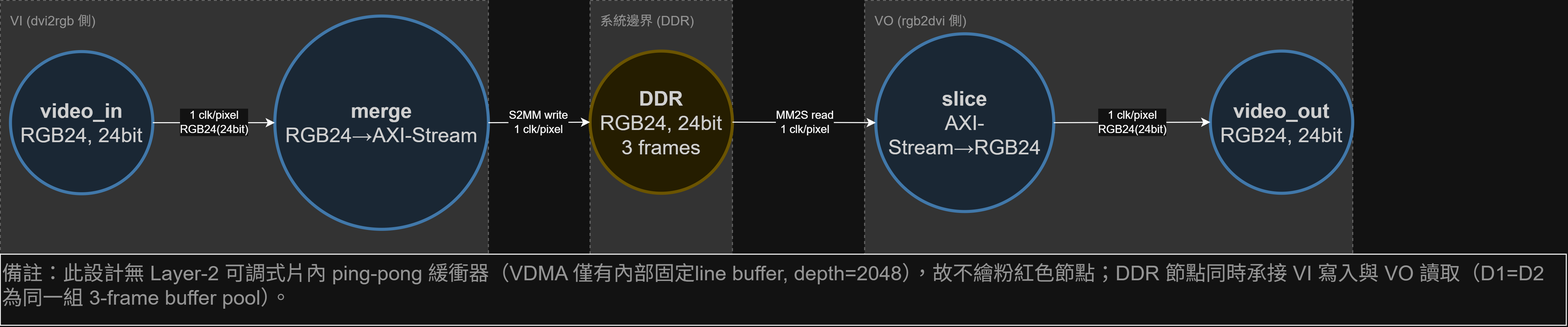
The draw.io diagram hdmi-in/image/AOV-A_直接顯示模式.drawio.png in c111185103-alt/VI-IP-VO, before a commit. Source tidied: cells renumbered, new cells last; positions are measured from the earlier drawing's top-left corner, leaving out a move shared by most shapes.
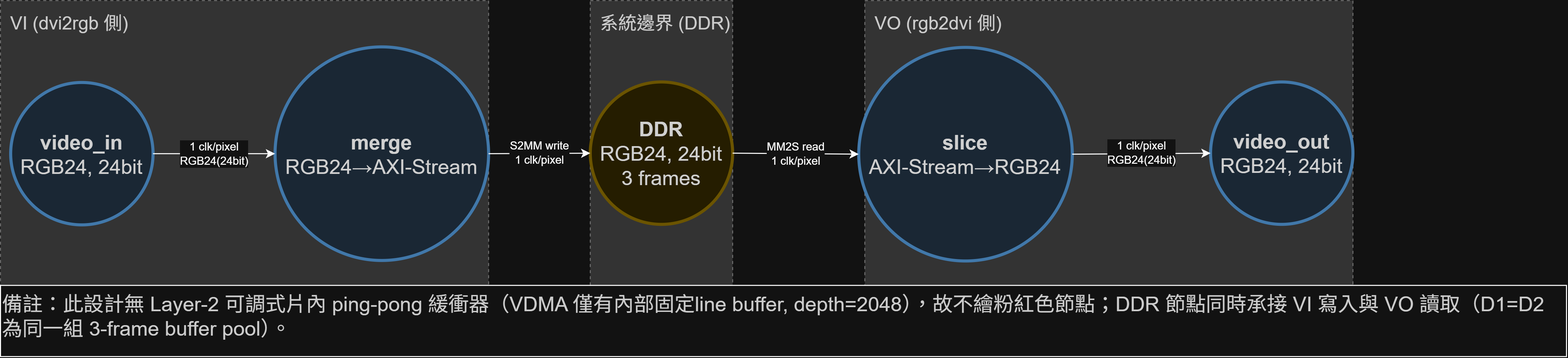
Above is the later version.

What changed in the source:
```diff
@@ -2,14 +2,14 @@
   <root>
     <mxCell id="0" />
     <mxCell id="1" parent="0" />
-    <mxCell id="2" value="VI (dvi2rgb 側)" style="whiteSpace=wrap;html=1;verticalAlign=top;align=left;dashed=1;strokeColor=#999999;fontColor=#666666;fontSize=13;spacingLeft=8;spacingTop=6;fillColor=light-dark(#FFFFFF,#333333);" parent="1" vertex="1">
-      <mxGeometry width="480" height="300" as="geometry" />
+    <mxCell id="2" value="&lt;font style=&quot;font-size: 18px; color: light-dark(rgb(0, 0, 0), rgb(204, 204, 204));&quot;&gt;VI (dvi2rgb 側)&lt;/font&gt;" style="whiteSpace=wrap;html=1;verticalAlign=top;align=left;dashed=1;strokeColor=#999999;fontColor=#666666;fontSize=13;spacingLeft=8;spacingTop=6;fillColor=light-dark(#FFFFFF,#333333);" parent="1" vertex="1">
+      <mxGeometry y="-30" width="480" height="330" as="geometry" />
     </mxCell>
-    <mxCell id="3" value="系統邊界 (DDR)" style="whiteSpace=wrap;html=1;verticalAlign=top;align=left;dashed=1;strokeColor=#999999;fontColor=#666666;fontSize=13;spacingLeft=8;spacingTop=6;fillColor=light-dark(#FFFFFF,#333333);" parent="1" vertex="1">
-      <mxGeometry x="580" width="140" height="300" as="geometry" />
+    <mxCell id="3" value="&lt;font style=&quot;font-size: 18px; color: light-dark(rgb(0, 0, 0), rgb(204, 204, 204));&quot;&gt;系統邊界 (DDR)&lt;/font&gt;" style="whiteSpace=wrap;html=1;verticalAlign=top;align=left;dashed=1;strokeColor=#999999;fontColor=#666666;fontSize=13;spacingLeft=8;spacingTop=6;fillColor=light-dark(#FFFFFF,#333333);" parent="1" vertex="1">
+      <mxGeometry x="580" y="-30" width="140" height="330" as="geometry" />
     </mxCell>
-    <mxCell id="4" value="VO (rgb2dvi 側)" style="whiteSpace=wrap;html=1;verticalAlign=top;align=left;dashed=1;strokeColor=#999999;fontColor=#666666;fontSize=13;spacingLeft=8;spacingTop=6;fillColor=light-dark(#FFFFFF,#333333);" parent="1" vertex="1">
-      <mxGeometry x="850" width="480" height="300" as="geometry" />
+    <mxCell id="4" value="&lt;font style=&quot;font-size: 18px; color: light-dark(rgb(0, 0, 0), rgb(204, 204, 204));&quot;&gt;VO (rgb2dvi 側)&lt;/font&gt;" style="whiteSpace=wrap;html=1;verticalAlign=top;align=left;dashed=1;strokeColor=#999999;fontColor=#666666;fontSize=13;spacingLeft=8;spacingTop=6;fillColor=light-dark(#FFFFFF,#333333);" parent="1" vertex="1">
+      <mxGeometry x="850" y="-30" width="480" height="330" as="geometry" />
     </mxCell>
     <mxCell id="5" value="&lt;div&gt;&lt;font style=&quot;font-size: 20px;&quot;&gt;&lt;b style=&quot;&quot;&gt;video_in&lt;/b&gt;&lt;/font&gt;&lt;/div&gt;&lt;div&gt;&lt;font style=&quot;font-size: 20px;&quot;&gt;RGB24, 24bit&lt;/font&gt;&lt;/div&gt;" style="ellipse;whiteSpace=wrap;html=1;verticalAlign=middle;align=center;fillColor=#DCEBFA;strokeColor=#5B9BD5;strokeWidth=3;fontColor=#222222;" parent="1" vertex="1">
       <mxGeometry x="10" y="50.5" width="140" height="140" as="geometry" />
@@ -21,7 +21,7 @@
       <mxGeometry x="580" y="50" width="140" height="140" as="geometry" />
     </mxCell>
     <mxCell id="8" value="&lt;div&gt;&lt;font style=&quot;font-size: 20px;&quot;&gt;&lt;b style=&quot;&quot;&gt;slice&lt;/b&gt;&lt;/font&gt;&lt;/div&gt;&lt;div&gt;&lt;font style=&quot;font-size: 20px;&quot;&gt;AXI-Stream→RGB24&lt;/font&gt;&lt;/div&gt;" style="ellipse;whiteSpace=wrap;html=1;verticalAlign=middle;align=center;fillColor=#DCEBFA;strokeColor=#5B9BD5;strokeWidth=3;fontColor=#222222;" parent="1" vertex="1">
-      <mxGeometry x="861" y="33" width="175" height="175" as="geometry" />
+      <mxGeometry x="844" y="16" width="210" height="210" as="geometry" />
     </mxCell>
     <mxCell id="9" value="&lt;div&gt;&lt;font style=&quot;font-size: 20px;&quot;&gt;&lt;b style=&quot;&quot;&gt;video_out&lt;/b&gt;&lt;/font&gt;&lt;/div&gt;&lt;div&gt;&lt;font style=&quot;font-size: 20px;&quot;&gt;RGB24, 24bit&lt;/font&gt;&lt;/div&gt;" style="ellipse;whiteSpace=wrap;html=1;verticalAlign=middle;align=center;fillColor=#DCEBFA;strokeColor=#5B9BD5;strokeWidth=3;fontColor=#222222;" parent="1" vertex="1">
       <mxGeometry x="1190" y="50" width="140" height="140" as="geometry" />
@@ -38,7 +38,7 @@
     <mxCell id="13" value="1 clk/pixel&lt;br&gt;RGB24(24bit)" style="edgeStyle=orthogonalEdgeStyle;rounded=0;jettySize=auto;html=1;exitX=1;exitY=0.5;exitDx=0;exitDy=0;entryX=0;entryY=0.5;entryDx=0;entryDy=0;fontSize=11;jumpStyle=arc;" parent="1" edge="1" source="8" target="9">
       <mxGeometry relative="1" as="geometry" />
     </mxCell>
-    <mxCell id="14" value="&lt;font style=&quot;font-size: 20px;&quot;&gt;備註：此設計無 Layer-2 可調式片內 ping-pong 緩衝器（VDMA 僅有內部固定line buffer, depth=2048），故不繪粉紅色節點；DDR 節點同時承接 VI 寫入與 VO 讀取（D1=D2 為同一組 3-frame buffer pool）。&lt;/font&gt;" style="whiteSpace=wrap;html=1;align=left;verticalAlign=top;fontSize=12;fontColor=#666666;" parent="1" vertex="1">
+    <mxCell id="14" value="&lt;font style=&quot;font-size: 20px; color: light-dark(rgb(0, 0, 0), rgb(204, 204, 204));&quot;&gt;備註：此設計無 Layer-2 可調式片內 ping-pong 緩衝器（VDMA 僅有內部固定line buffer, depth=2048），故不繪粉紅色節點；DDR 節點同時承接 VI 寫入與 VO 讀取（D1=D2 為同一組 3-frame buffer pool）。&lt;/font&gt;" style="whiteSpace=wrap;html=1;align=left;verticalAlign=top;fontSize=12;fontColor=#666666;" parent="1" vertex="1">
       <mxGeometry y="250" width="1540" height="70" as="geometry" />
     </mxCell>
   </root>
```
